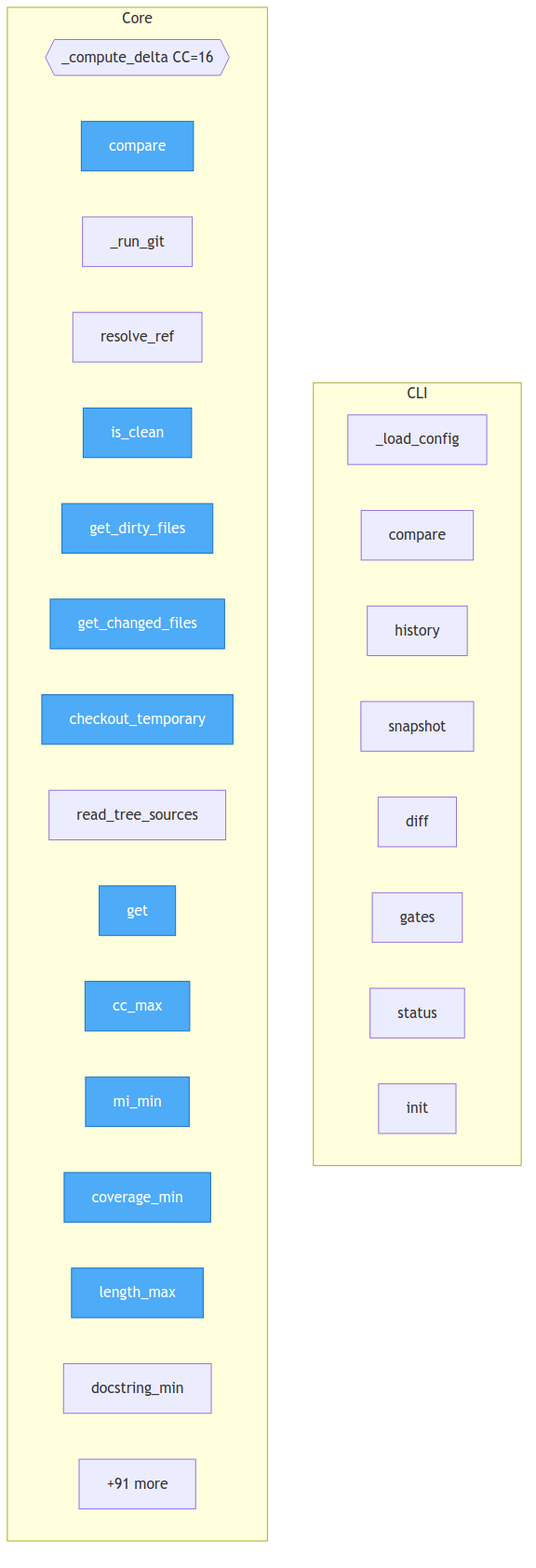
The Mermaid diagram project/flow.png in semcod/regix, before a commit. Its source is kept beside it as project/flow.mmd.
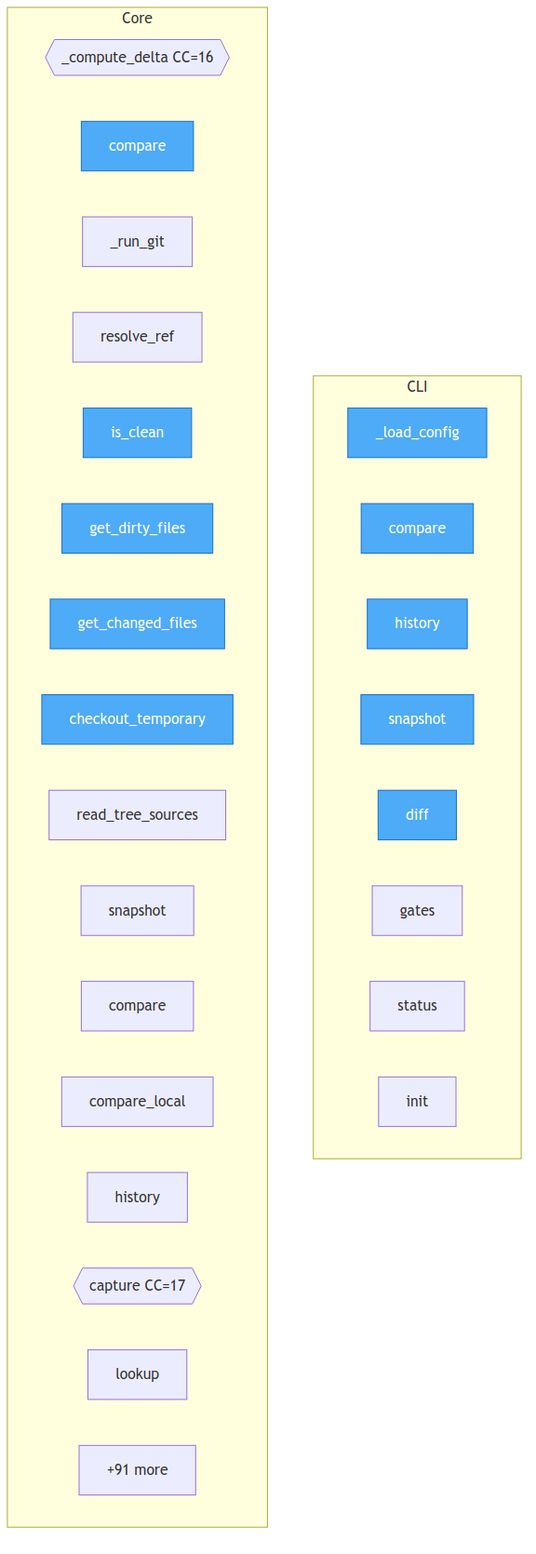
After the change.

Change to the diagram source:
```diff
@@ -23,13 +23,13 @@
         regix__git__get_changed_files["get_changed_files"]
         regix__git__checkout_temporary["checkout_temporary"]
         regix__git__read_tree_sources["read_tree_sources"]
-        regix__config__GateThresholds__get["get"]
-        regix__config__RegressionConfig__cc_max["cc_max"]
-        regix__config__RegressionConfig__mi_min["mi_min"]
-        regix__config__RegressionConfig__coverage_min["coverage_min"]
-        regix__config__RegressionConfig__length_max["length_max"]
-        regix__config__RegressionConfig__docstring_min["docstring_min"]
+        regix__Regix__snapshot["snapshot"]
+        regix__Regix__compare["compare"]
+        regix__Regix__compare_local["compare_local"]
+        regix__Regix__history["history"]
+        regix__snapshot__capture{{capture CC=17}}
+        regix__cache__lookup["lookup"]
         ...["+91 more"]
     end
 
-    class regix__compare__compare,regix__git__is_clean,regix__git__get_dirty_files,regix__git__get_changed_files,regix__git__checkout_temporary,regix__config__GateThresholds__get,regix__config__RegressionConfig__cc_max,regix__config__RegressionConfig__mi_min,regix__config__RegressionConfig__coverage_min,regix__config__RegressionConfig__length_max entry
+    class regix__compare__compare,regix__git__is_clean,regix__git__get_dirty_files,regix__git__get_changed_files,regix__git__checkout_temporary,regix__cli___load_config,regix__cli__compare,regix__cli__history,regix__cli__snapshot,regix__cli__diff entry
```
